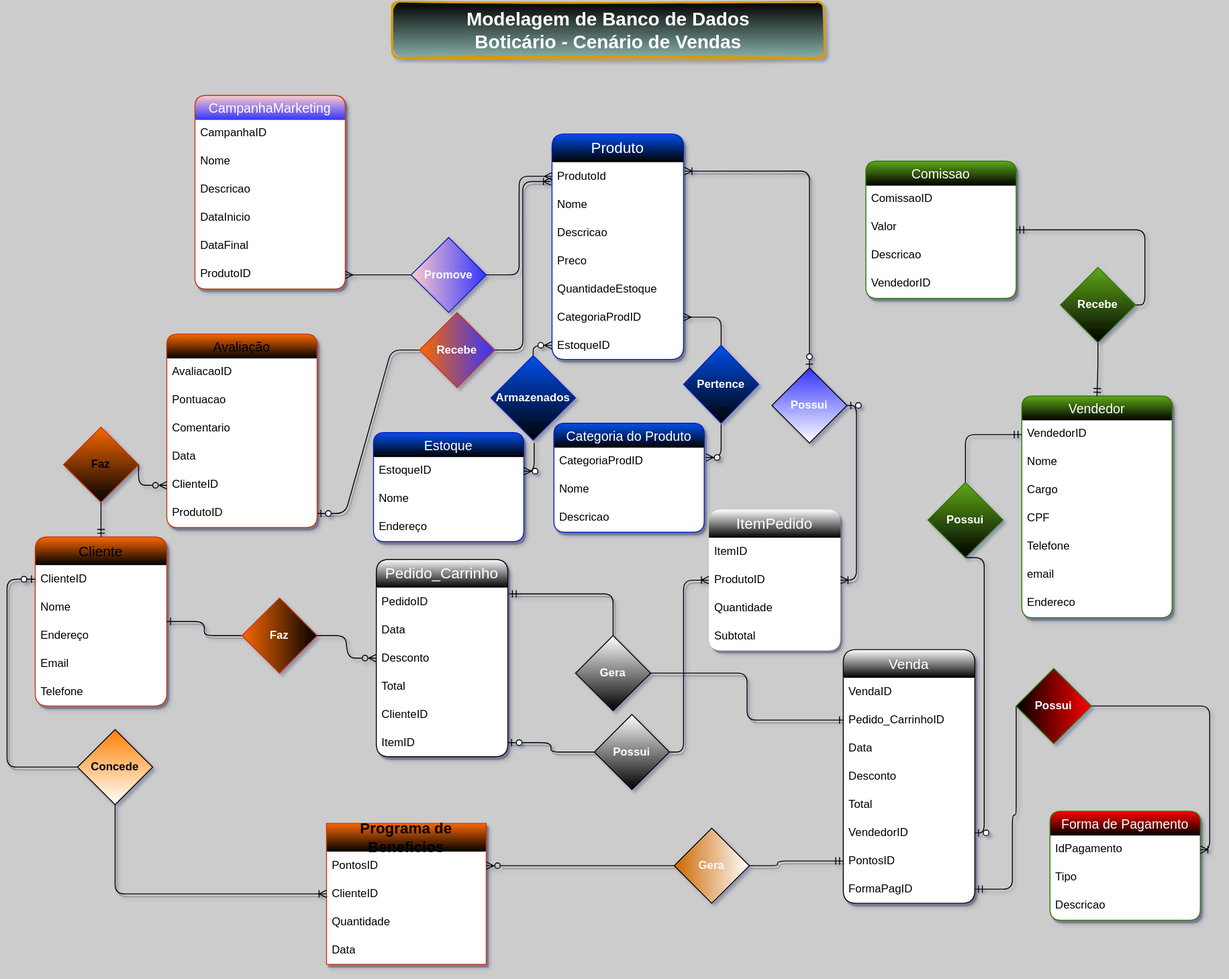
The draw.io diagram PrimeiroProjetoPratico_ModelagemBD/Boticario.drawio.svg in DanieleTravessa/BoticarioDesenvolve_Projetos, before a commit. Source tidied: cells renumbered, new cells last; positions are measured from the earlier drawing's top-left corner, leaving out a move shared by most shapes.
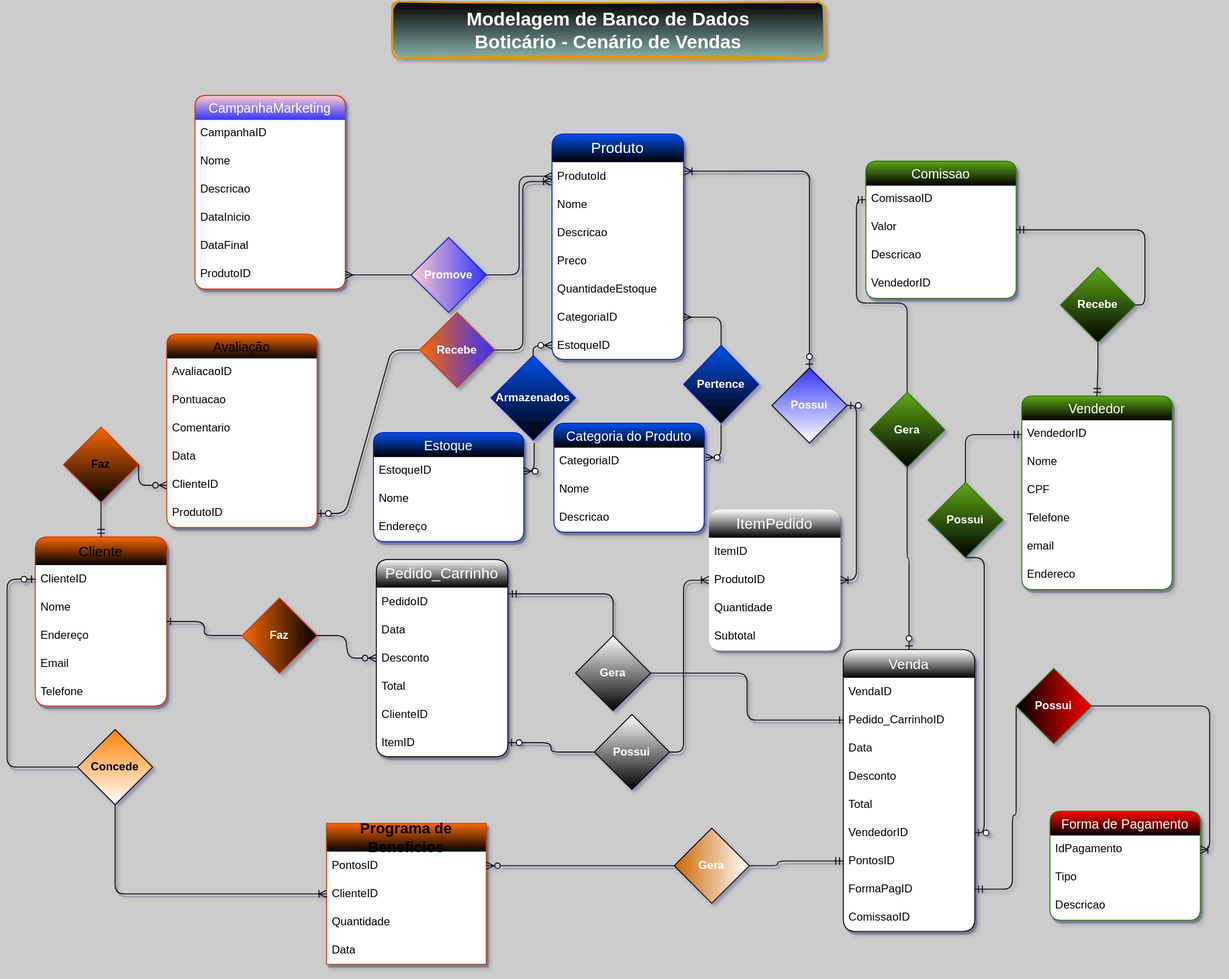
After the change.

Commit message:
Ajuste DER

What changed in the source:
```diff
@@ -56,7 +56,7 @@
     <mxCell id="19" value="QuantidadeEstoque" style="text;align=left;verticalAlign=middle;spacingLeft=4;spacingRight=4;overflow=hidden;whiteSpace=wrap;html=1;rounded=1;strokeColor=none;fontColor=#000000;swimlaneLine=0;shadow=1;" parent="14" vertex="1">
       <mxGeometry y="150" width="140" height="30" as="geometry" />
     </mxCell>
-    <mxCell id="20" value="CategoriaProdID" style="text;align=left;verticalAlign=middle;spacingLeft=4;spacingRight=4;overflow=hidden;points=[[0,0.5],[1,0.5]];portConstraint=eastwest;whiteSpace=wrap;html=1;rounded=1;strokeColor=none;fontColor=#000000;swimlaneLine=0;shadow=1;" parent="14" vertex="1">
+    <mxCell id="20" value="CategoriaID" style="text;align=left;verticalAlign=middle;spacingLeft=4;spacingRight=4;overflow=hidden;points=[[0,0.5],[1,0.5]];portConstraint=eastwest;whiteSpace=wrap;html=1;rounded=1;strokeColor=none;fontColor=#000000;swimlaneLine=0;shadow=1;" parent="14" vertex="1">
       <mxGeometry y="180" width="140" height="30" as="geometry" />
     </mxCell>
     <mxCell id="21" value="EstoqueID" style="text;align=left;verticalAlign=middle;spacingLeft=4;spacingRight=4;overflow=hidden;points=[[0,0.5],[1,0.5]];portConstraint=eastwest;whiteSpace=wrap;html=1;rounded=1;strokeColor=none;fontColor=#000000;swimlaneLine=0;shadow=1;" parent="14" vertex="1">
@@ -75,7 +75,7 @@
       <mxGeometry relative="1" as="geometry" />
     </mxCell>
     <mxCell id="24" value="Venda" style="swimlane;fontStyle=0;horizontal=1;startSize=30;whiteSpace=wrap;html=1;rounded=1;strokeColor=#000000;swimlaneLine=0;shadow=1;swimlaneFillColor=#FFFFFF;gradientColor=default;fontSize=15;fontColor=#FFFFFF;" parent="1" vertex="1">
-      <mxGeometry x="890" y="690" width="140" height="270" as="geometry" />
+      <mxGeometry x="890" y="690" width="140" height="300" as="geometry" />
     </mxCell>
     <mxCell id="25" value="VendaID" style="text;align=left;verticalAlign=middle;spacingLeft=4;spacingRight=4;overflow=hidden;whiteSpace=wrap;html=1;rounded=1;strokeColor=none;fontColor=#000000;swimlaneLine=0;shadow=1;swimlaneFillColor=#FFFFFF;" parent="24" vertex="1">
       <mxGeometry y="30" width="140" height="30" as="geometry" />
@@ -101,6 +101,9 @@
     <mxCell id="32" value="FormaPagID" style="text;align=left;verticalAlign=middle;spacingLeft=4;spacingRight=4;overflow=hidden;points=[[0,0.5],[1,0.5]];portConstraint=eastwest;whiteSpace=wrap;html=1;rounded=1;strokeColor=none;fontColor=#000000;swimlaneLine=0;shadow=1;swimlaneFillColor=#FFFFFF;" parent="24" vertex="1">
       <mxGeometry y="240" width="140" height="30" as="geometry" />
     </mxCell>
+    <mxCell id="124" value="ComissaoID" style="text;align=left;verticalAlign=middle;spacingLeft=4;spacingRight=4;overflow=hidden;whiteSpace=wrap;html=1;rounded=1;strokeColor=none;fontColor=#000000;swimlaneLine=0;shadow=1;swimlaneFillColor=#FFFFFF;" parent="24" vertex="1">
+      <mxGeometry y="270" width="140" height="30" as="geometry" />
+    </mxCell>
     <mxCell id="33" style="edgeStyle=orthogonalEdgeStyle;fontSize=12;html=1;endArrow=ERoneToMany;startArrow=ERzeroToOne;entryX=1;entryY=0.5;entryDx=0;entryDy=0;strokeColor=#000000;fontColor=#000000;swimlaneLine=0;shadow=1;rounded=1;exitX=1;exitY=0.5;exitDx=0;exitDy=0;" parent="1" edge="1" source="120" target="114">
       <mxGeometry relative="1" as="geometry" />
     </mxCell>
@@ -126,7 +129,7 @@
       <mxGeometry y="180" width="140" height="30" as="geometry" />
     </mxCell>
     <mxCell id="41" value="Vendedor" style="swimlane;fontStyle=0;horizontal=1;startSize=26;align=center;fontSize=14;rounded=1;strokeColor=#2D7600;swimlaneLine=0;shadow=1;swimlaneFillColor=#FFFFFF;verticalAlign=middle;labelBackgroundColor=none;labelBorderColor=none;fillColor=#60a917;fontColor=#FFFFFF;gradientColor=default;" parent="1" vertex="1">
-      <mxGeometry x="1080" y="420" width="160" height="236" as="geometry" />
+      <mxGeometry x="1080" y="420" width="160" height="206" as="geometry" />
     </mxCell>
     <mxCell id="42" value="VendedorID" style="text;spacingLeft=4;spacingRight=4;overflow=hidden;points=[[0,0.5],[1,0.5]];portConstraint=eastwest;fontSize=12;rounded=1;strokeColor=none;fontColor=#000000;swimlaneLine=0;shadow=1;labelBackgroundColor=none;labelBorderColor=none;swimlaneFillColor=#FFFFFF;" parent="41" vertex="1">
       <mxGeometry y="26" width="160" height="30" as="geometry" />
@@ -134,20 +137,17 @@
     <mxCell id="43" value="Nome" style="text;spacingLeft=4;spacingRight=4;overflow=hidden;fontSize=12;rounded=1;strokeColor=none;fontColor=#000000;swimlaneLine=0;shadow=1;labelBackgroundColor=none;labelBorderColor=none;swimlaneFillColor=#FFFFFF;" parent="41" vertex="1">
       <mxGeometry y="56" width="160" height="30" as="geometry" />
     </mxCell>
-    <mxCell id="44" value="Cargo" style="text;spacingLeft=4;spacingRight=4;overflow=hidden;fontSize=12;rounded=1;strokeColor=none;fontColor=#000000;swimlaneLine=0;shadow=1;labelBackgroundColor=none;labelBorderColor=none;swimlaneFillColor=#FFFFFF;" parent="41" vertex="1">
-      <mxGeometry y="86" width="160" height="30" as="geometry" />
-    </mxCell>
     <mxCell id="45" value="CPF" style="text;spacingLeft=4;spacingRight=4;overflow=hidden;fontSize=12;rounded=1;strokeColor=none;fontColor=#000000;swimlaneLine=0;shadow=1;labelBackgroundColor=none;labelBorderColor=none;swimlaneFillColor=#FFFFFF;" parent="41" vertex="1">
-      <mxGeometry y="116" width="160" height="30" as="geometry" />
+      <mxGeometry y="86" width="160" height="30" as="geometry" />
     </mxCell>
     <mxCell id="46" value="Telefone" style="text;spacingLeft=4;spacingRight=4;overflow=hidden;fontSize=12;rounded=1;strokeColor=none;fontColor=#000000;swimlaneLine=0;shadow=1;labelBackgroundColor=none;labelBorderColor=none;swimlaneFillColor=#FFFFFF;" parent="41" vertex="1">
-      <mxGeometry y="146" width="160" height="30" as="geometry" />
+      <mxGeometry y="116" width="160" height="30" as="geometry" />
     </mxCell>
     <mxCell id="47" value="email" style="text;spacingLeft=4;spacingRight=4;overflow=hidden;fontSize=12;rounded=1;strokeColor=none;fontColor=#000000;swimlaneLine=0;shadow=1;labelBackgroundColor=none;labelBorderColor=none;swimlaneFillColor=#FFFFFF;" parent="41" vertex="1">
-      <mxGeometry y="176" width="160" height="30" as="geometry" />
+      <mxGeometry y="146" width="160" height="30" as="geometry" />
     </mxCell>
     <mxCell id="48" value="Endereco" style="text;spacingLeft=4;spacingRight=4;overflow=hidden;fontSize=12;rounded=1;strokeColor=none;fontColor=#000000;swimlaneLine=0;shadow=1;labelBackgroundColor=none;labelBorderColor=none;swimlaneFillColor=#FFFFFF;" parent="41" vertex="1">
-      <mxGeometry y="206" width="160" height="30" as="geometry" />
+      <mxGeometry y="176" width="160" height="30" as="geometry" />
     </mxCell>
     <mxCell id="49" style="edgeStyle=orthogonalEdgeStyle;fontSize=11;html=1;endArrow=ERoneToMany;startArrow=none;fontFamily=Helvetica;fontColor=#000000;align=center;strokeColor=#000000;swimlaneLine=0;shadow=1;rounded=1;exitX=0.5;exitY=1;exitDx=0;exitDy=0;entryX=0;entryY=0.5;entryDx=0;entryDy=0;" parent="1" edge="1" source="62" target="5">
       <mxGeometry relative="1" as="geometry">
@@ -332,7 +332,7 @@
     <mxCell id="97" value="Categoria do Produto" style="swimlane;fontStyle=0;horizontal=1;startSize=26;align=center;fontSize=14;rounded=1;strokeColor=#001DBC;swimlaneLine=0;shadow=1;swimlaneFillColor=#FFFFFF;verticalAlign=middle;labelBackgroundColor=none;labelBorderColor=none;fillColor=#0050ef;fontColor=#FFFFFF;gradientColor=default;" parent="1" vertex="1">
       <mxGeometry x="582" y="449" width="160" height="116" as="geometry" />
     </mxCell>
-    <mxCell id="98" value="CategoriaProdID" style="text;spacingLeft=4;spacingRight=4;overflow=hidden;points=[[0,0.5],[1,0.5]];portConstraint=eastwest;fontSize=12;rounded=1;strokeColor=none;fontColor=#000000;swimlaneLine=0;shadow=1;labelBackgroundColor=none;labelBorderColor=none;swimlaneFillColor=#FFFFFF;" parent="97" vertex="1">
+    <mxCell id="98" value="CategoriaID" style="text;spacingLeft=4;spacingRight=4;overflow=hidden;points=[[0,0.5],[1,0.5]];portConstraint=eastwest;fontSize=12;rounded=1;strokeColor=none;fontColor=#000000;swimlaneLine=0;shadow=1;labelBackgroundColor=none;labelBorderColor=none;swimlaneFillColor=#FFFFFF;" parent="97" vertex="1">
       <mxGeometry y="26" width="160" height="30" as="geometry" />
     </mxCell>
     <mxCell id="99" value="Nome" style="text;spacingLeft=4;spacingRight=4;overflow=hidden;fontSize=12;rounded=1;strokeColor=none;fontColor=#000000;swimlaneLine=0;shadow=1;labelBackgroundColor=none;labelBorderColor=none;swimlaneFillColor=#FFFFFF;" parent="97" vertex="1">
@@ -431,5 +431,16 @@
         <mxPoint x="561" y="470" as="sourcePoint" />
       </mxGeometry>
     </mxCell>
+    <mxCell id="125" value="Gera" style="rhombus;whiteSpace=wrap;html=1;shadow=0;glass=0;labelBorderColor=none;fillStyle=zigzag;fontSize=12;fontColor=#ffffff;fontStyle=1;fillColor=#60a917;strokeColor=#2D7600;gradientColor=#000000;" parent="1" vertex="1">
+      <mxGeometry x="918" y="416" width="80" height="80" as="geometry" />
+    </mxCell>
+    <mxCell id="126" style="edgeStyle=orthogonalEdgeStyle;fontSize=12;html=1;endArrow=ERzeroToOne;startArrow=none;rounded=1;strokeColor=#000000;fontColor=#FFFFFF;exitX=0.5;exitY=1;exitDx=0;exitDy=0;entryX=0.5;entryY=0;entryDx=0;entryDy=0;" parent="1" edge="1" source="125" target="24">
+      <mxGeometry relative="1" as="geometry" />
+    </mxCell>
+    <mxCell id="127" style="fontSize=12;html=1;endArrow=none;startArrow=ERmandOne;rounded=1;strokeColor=#000000;fontColor=#FFFFFF;exitX=0;exitY=0.5;exitDx=0;exitDy=0;edgeStyle=orthogonalEdgeStyle;" parent="1" edge="1" source="86">
+      <mxGeometry relative="1" as="geometry">
+        <mxPoint x="958" y="416" as="targetPoint" />
+      </mxGeometry>
+    </mxCell>
   </root>
 </mxGraphModel>
```
